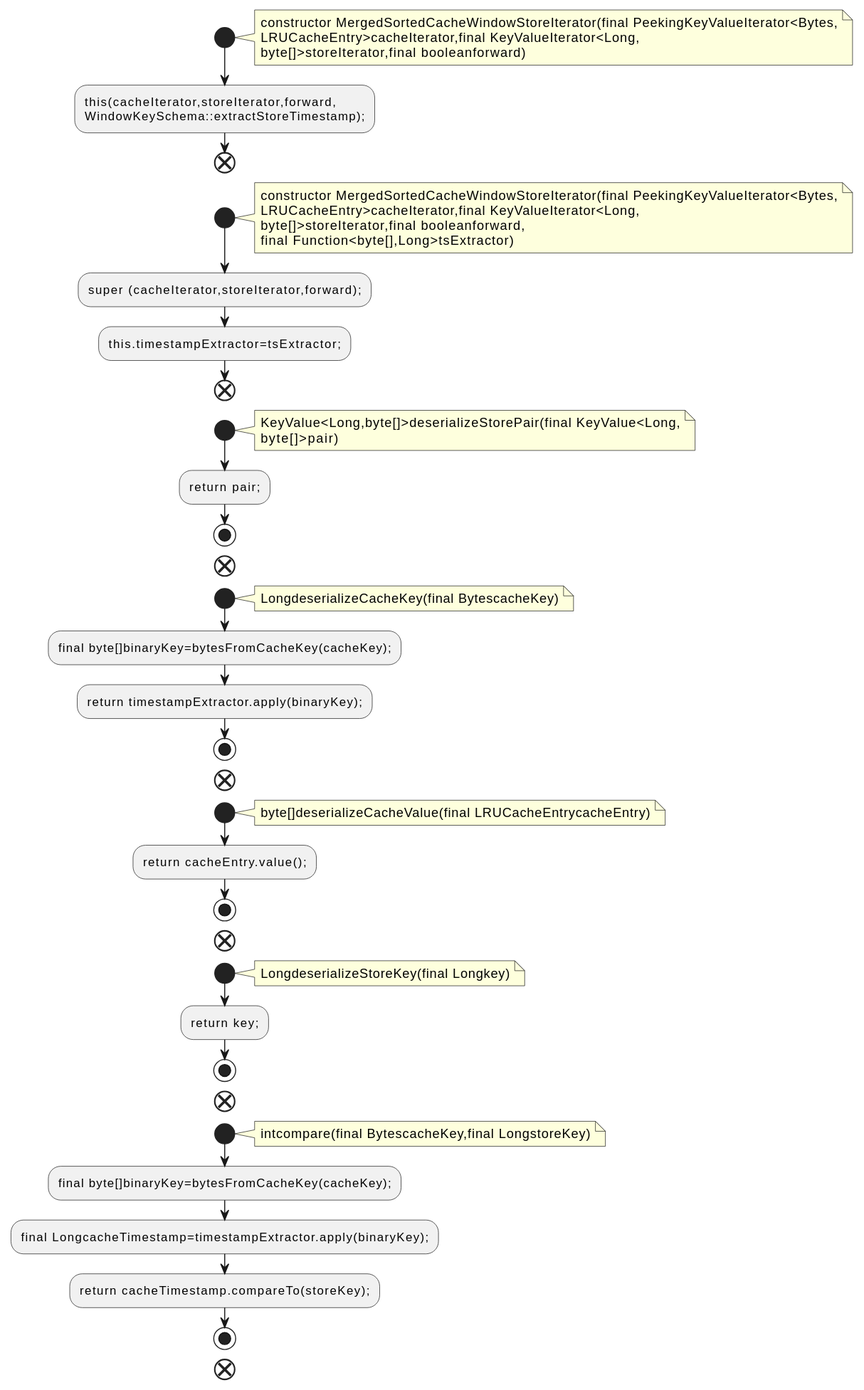
Above: docs/qc/streams/src/main/java/org/apache/kafka/streams/state/internals/MergedSortedCacheWindowStoreIterator.java.fct.svg in qualitesys/kafka (PlantUML), before the change.
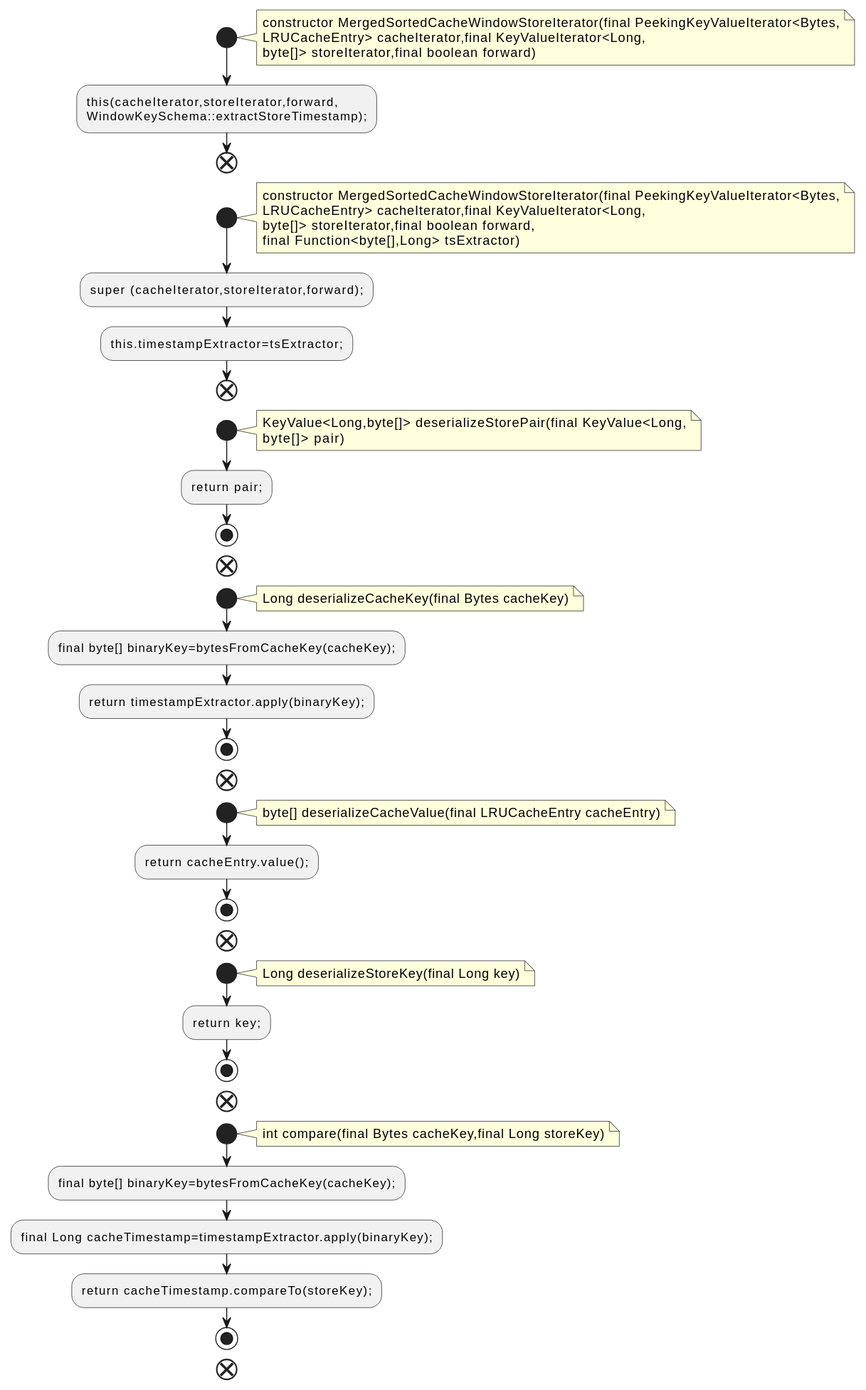
After the commit.

What changed in the source:
```diff
@@ -3,8 +3,8 @@
 start
 note right
 constructor MergedSortedCacheWindowStoreIterator(final PeekingKeyValueIterator<Bytes,
-LRUCacheEntry>cacheIterator,final KeyValueIterator<Long,
-byte[]>storeIterator,final booleanforward)
+LRUCacheEntry> cacheIterator,final KeyValueIterator<Long,
+byte[]> storeIterator,final boolean forward)
 end note
 :this(cacheIterator,storeIterator,forward,
 WindowKeySchema::extractStoreTimestamp);;
@@ -12,49 +12,49 @@
 start
 note right
 constructor MergedSortedCacheWindowStoreIterator(final PeekingKeyValueIterator<Bytes,
-LRUCacheEntry>cacheIterator,final KeyValueIterator<Long,
-byte[]>storeIterator,final booleanforward,
-final Function<byte[],Long>tsExtractor)
+LRUCacheEntry> cacheIterator,final KeyValueIterator<Long,
+byte[]> storeIterator,final boolean forward,
+final Function<byte[],Long> tsExtractor)
 end note
 :super (cacheIterator,storeIterator,forward);;
 :this.timestampExtractor=tsExtractor;;
 end
 start
 note right
-KeyValue<Long,byte[]>deserializeStorePair(final KeyValue<Long,
-byte[]>pair)
+KeyValue<Long,byte[]> deserializeStorePair(final KeyValue<Long,
+byte[]> pair)
 end note
 :return pair;;
 stop
 end
 start
 note right
-LongdeserializeCacheKey(final BytescacheKey)
+Long deserializeCacheKey(final Bytes cacheKey)
 end note
-:final byte[]binaryKey=bytesFromCacheKey(cacheKey);;
+:final byte[] binaryKey=bytesFromCacheKey(cacheKey);;
 :return timestampExtractor.apply(binaryKey);;
 stop
 end
 start
 note right
-byte[]deserializeCacheValue(final LRUCacheEntrycacheEntry)
+byte[] deserializeCacheValue(final LRUCacheEntry cacheEntry)
 end note
 :return cacheEntry.value();;
 stop
 end
 start
 note right
-LongdeserializeStoreKey(final Longkey)
+Long deserializeStoreKey(final Long key)
 end note
 :return key;;
 stop
 end
 start
 note right
-intcompare(final BytescacheKey,final LongstoreKey)
+int compare(final Bytes cacheKey,final Long storeKey)
 end note
-:final byte[]binaryKey=bytesFromCacheKey(cacheKey);;
-:final LongcacheTimestamp=timestampExtractor.apply(binaryKey);;
+:final byte[] binaryKey=bytesFromCacheKey(cacheKey);;
+:final Long cacheTimestamp=timestampExtractor.apply(binaryKey);;
 :return cacheTimestamp.compareTo(storeKey);;
 stop
 end
```
